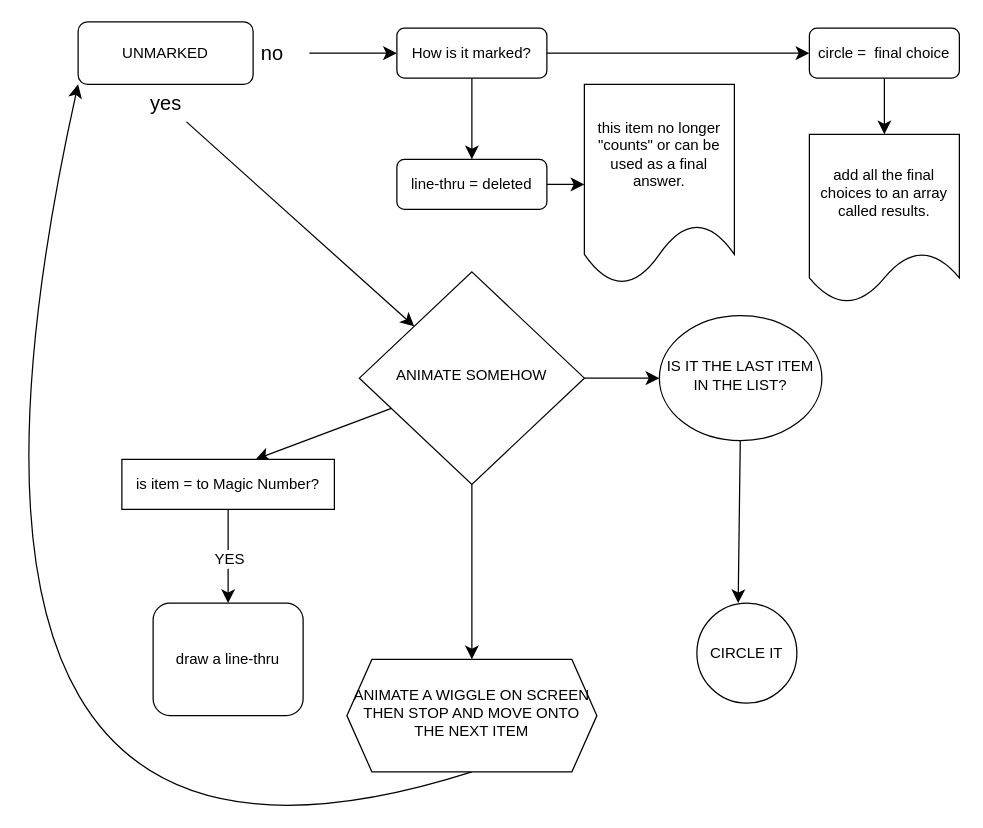
Above: Untitled Diagram.drawio in alicynchains/html-portfolio (draw.io), before the change. Source tidied: cells renumbered, new cells numbered last; positions are measured from the earlier drawing's top-left corner, leaving out a move shared by most shapes. Both pictures are drawn from the tidied source at 125%, with x=0, y=0 at pixel (-116, 21).
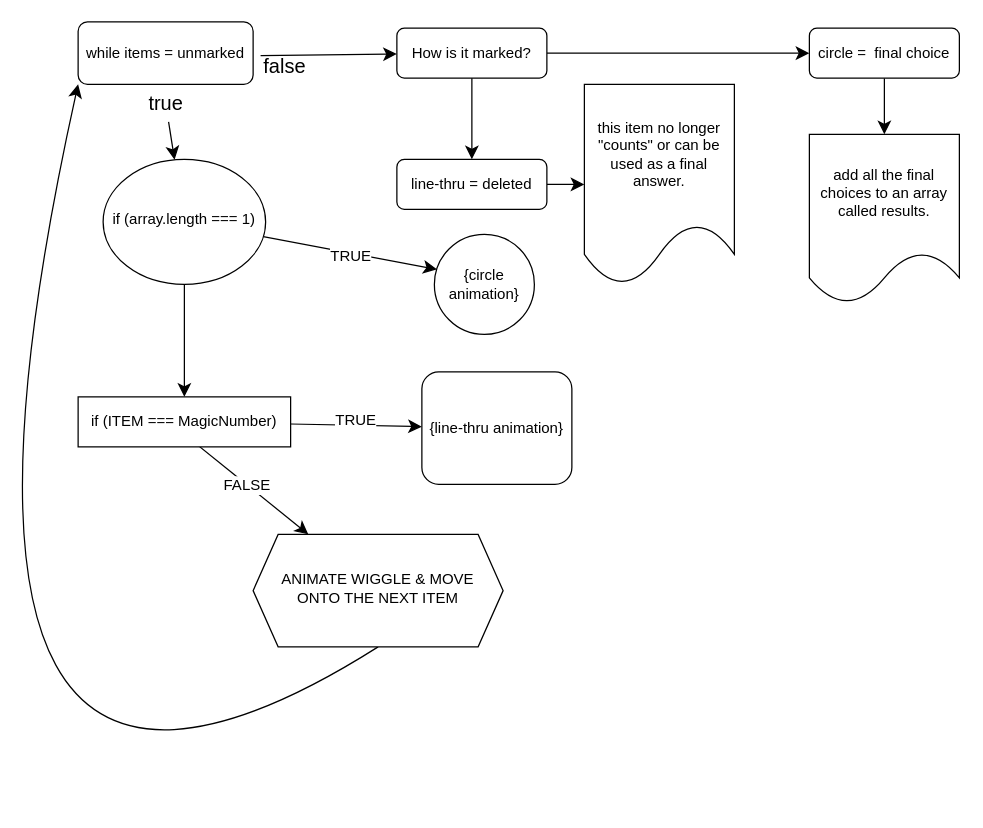
After the change.

The change refers to these unchanged cells:
```xml
<mxCell id="13" value="How is it marked?" style="rounded=1;whiteSpace=wrap;html=1;fontSize=12;glass=0;strokeWidth=1;shadow=0;" parent="1" vertex="1">
  <mxGeometry x="410" y="5" width="120" height="40" as="geometry" />
</mxCell>
<mxCell id="20" style="edgeStyle=none;curved=1;rounded=0;jettySize=auto;html=1;fontSize=12;startSize=8;endSize=8;" parent="1" edge="1" source="22" target="9">
  <mxGeometry relative="1" as="geometry" />
</mxCell>
```

The edit, as a diff of the source:
```diff
@@
-    <mxCell id="2" style="edgeStyle=none;curved=1;rounded=0;jettySize=auto;html=1;fontSize=12;startSize=8;endSize=8;" parent="1" edge="1" target="13">
-      <mxGeometry relative="1" as="geometry">
-        <mxPoint x="340" y="25" as="sourcePoint" />
-      </mxGeometry>
-    </mxCell>
-    <mxCell id="3" value="UNMARKED" style="rounded=1;whiteSpace=wrap;html=1;fontSize=12;glass=0;strokeWidth=1;shadow=0;" parent="1" vertex="1">
+    <mxCell id="3" value="while items = unmarked" style="rounded=1;whiteSpace=wrap;html=1;fontSize=12;glass=0;strokeWidth=1;shadow=0;" parent="1" vertex="1">
       <mxGeometry x="155" width="140" height="50" as="geometry" />
     </mxCell>
-    <mxCell id="4" style="edgeStyle=none;curved=1;rounded=0;jettySize=auto;html=1;fontSize=12;startSize=8;endSize=8;entryX=0.629;entryY=0;entryDx=0;entryDy=0;entryPerimeter=0;" parent="1" edge="1" source="7" target="22">
-      <mxGeometry relative="1" as="geometry" />
-    </mxCell>
-    <mxCell id="5" style="edgeStyle=none;curved=1;rounded=0;jettySize=auto;html=1;fontSize=12;startSize=8;endSize=8;" parent="1" edge="1" source="7" target="24">
-      <mxGeometry relative="1" as="geometry" />
-    </mxCell>
-    <mxCell id="6" style="edgeStyle=none;curved=1;rounded=0;jettySize=auto;html=1;fontSize=12;startSize=8;endSize=8;" parent="1" edge="1" source="7" target="28">
-      <mxGeometry relative="1" as="geometry" />
-    </mxCell>
-    <mxCell id="7" value="ANIMATE SOMEHOW" style="rhombus;whiteSpace=wrap;html=1;shadow=0;fontFamily=Helvetica;fontSize=12;align=center;strokeWidth=1;spacing=6;spacingTop=-4;" parent="1" vertex="1">
-      <mxGeometry x="380" y="200" width="180" height="170" as="geometry" />
-    </mxCell>
@@
-    <mxCell id="9" value="draw a line-thru" style="rounded=1;whiteSpace=wrap;html=1;fontSize=12;glass=0;strokeWidth=1;shadow=0;" parent="1" vertex="1">
-      <mxGeometry x="215" y="465" width="120" height="90" as="geometry" />
+    <mxCell id="9" value="{line-thru animation}" style="rounded=1;whiteSpace=wrap;html=1;fontSize=12;glass=0;strokeWidth=1;shadow=0;" parent="1" vertex="1">
+      <mxGeometry x="430" y="280" width="120" height="90" as="geometry" />
     </mxCell>
-    <mxCell id="10" style="edgeStyle=none;curved=1;rounded=0;jettySize=auto;html=1;fontSize=12;startSize=8;endSize=8;" parent="1" edge="1" source="11" target="7">
+    <mxCell id="10" style="edgeStyle=none;curved=1;rounded=0;jettySize=auto;html=1;fontSize=12;startSize=8;endSize=8;" parent="1" edge="1" source="11" target="24">
       <mxGeometry relative="1" as="geometry" />
     </mxCell>
-    <mxCell id="11" value="yes" style="text;html=1;align=center;verticalAlign=middle;points=[];strokeColor=none;fillColor=none;fontSize=16;" parent="1" vertex="1">
+    <mxCell id="11" value="true" style="text;html=1;align=center;verticalAlign=middle;points=[];strokeColor=none;fillColor=none;fontSize=16;" parent="1" vertex="1">
       <mxGeometry x="200" y="50" width="50" height="30" as="geometry" />
     </mxCell>
@@
+    <mxCell id="30" style="edgeStyle=none;curved=1;rounded=0;jettySize=auto;html=1;fontSize=12;startSize=8;endSize=8;exitX=0.183;exitY=0.233;exitDx=0;exitDy=0;exitPerimeter=0;" parent="1" edge="1" source="19" target="13">
+      <mxGeometry relative="1" as="geometry" />
+    </mxCell>
-    <mxCell id="19" value="no&lt;div&gt;&lt;br&gt;&lt;/div&gt;" style="text;html=1;align=center;verticalAlign=middle;points=[];strokeColor=none;fillColor=none;fontSize=16;" parent="1" vertex="1">
-      <mxGeometry x="290" y="10" width="40" height="50" as="geometry" />
+    <mxCell id="19" value="&lt;div&gt;false&lt;/div&gt;" style="text;html=1;align=center;verticalAlign=middle;points=[];strokeColor=none;fillColor=none;fontSize=16;" parent="1" vertex="1">
+      <mxGeometry x="290" y="20" width="60" height="30" as="geometry" />
     </mxCell>
+    <mxCell id="31" style="edgeStyle=none;curved=1;rounded=0;jettySize=auto;html=1;fontSize=12;startSize=8;endSize=8;exitX=0.75;exitY=1;exitDx=0;exitDy=0;" parent="1" edge="1" target="28">
+      <mxGeometry relative="1" as="geometry">
+        <mxPoint x="240" y="330" as="sourcePoint" />
+      </mxGeometry>
+    </mxCell>
+    <mxCell id="32" value="FALSE" style="edgeLabel;html=1;align=center;verticalAlign=middle;fontSize=12;" parent="31" vertex="1">
+      <mxGeometry y="-1" relative="1" as="geometry" />
+    </mxCell>
@@
-    <mxCell id="21" value="YES" style="edgeLabel;html=1;align=center;verticalAlign=middle;fontSize=12;" parent="20" vertex="1">
-      <mxGeometry x="0.05" relative="1" as="geometry" />
-    </mxCell>
+    <mxCell id="33" value="TRUE" style="edgeLabel;html=1;align=center;verticalAlign=middle;fontSize=12;" parent="20" vertex="1">
+      <mxGeometry x="-0.03" y="4" relative="1" as="geometry" />
+    </mxCell>
-    <mxCell id="22" value="&lt;span style=&quot;text-wrap: nowrap; background-color: rgb(255, 255, 255);&quot;&gt;is item = to Magic Number?&lt;/span&gt;" style="rounded=0;whiteSpace=wrap;html=1;" parent="1" vertex="1">
-      <mxGeometry x="190" y="350" width="170" height="40" as="geometry" />
+    <mxCell id="22" value="&lt;span style=&quot;text-wrap: nowrap; background-color: rgb(255, 255, 255);&quot;&gt;if (ITEM === MagicNumber)&lt;/span&gt;" style="rounded=0;whiteSpace=wrap;html=1;" parent="1" vertex="1">
+      <mxGeometry x="155" y="300" width="170" height="40" as="geometry" />
     </mxCell>
-    <mxCell id="23" style="edgeStyle=none;curved=1;rounded=0;jettySize=auto;html=1;fontSize=12;startSize=8;endSize=8;entryX=0.413;entryY=0;entryDx=0;entryDy=0;entryPerimeter=0;" parent="1" edge="1" source="24" target="25">
+    <mxCell id="23" style="edgeStyle=none;curved=1;rounded=0;jettySize=auto;html=1;fontSize=12;startSize=8;endSize=8;entryX=0.025;entryY=0.35;entryDx=0;entryDy=0;entryPerimeter=0;" parent="1" edge="1" source="24" target="25">
       <mxGeometry relative="1" as="geometry" />
     </mxCell>
+    <mxCell id="34" value="TRUE" style="edgeLabel;html=1;align=center;verticalAlign=middle;fontSize=12;" parent="23" vertex="1">
+      <mxGeometry y="-3" relative="1" as="geometry" />
+    </mxCell>
+    <mxCell id="35" style="edgeStyle=none;curved=1;rounded=0;jettySize=auto;html=1;fontSize=12;startSize=8;endSize=8;" parent="1" edge="1" source="24" target="22">
+      <mxGeometry relative="1" as="geometry" />
+    </mxCell>
-    <mxCell id="24" value="IS IT THE LAST ITEM IN THE LIST?" style="ellipse;whiteSpace=wrap;html=1;shadow=0;strokeWidth=1;spacing=6;spacingTop=-4;" parent="1" vertex="1">
-      <mxGeometry x="620" y="235" width="130" height="100" as="geometry" />
+    <mxCell id="24" value="if (array.length === 1)" style="ellipse;whiteSpace=wrap;html=1;shadow=0;strokeWidth=1;spacing=6;spacingTop=-4;" parent="1" vertex="1">
+      <mxGeometry x="175" y="110" width="130" height="100" as="geometry" />
     </mxCell>
-    <mxCell id="25" value="CIRCLE IT" style="ellipse;whiteSpace=wrap;html=1;" parent="1" vertex="1">
-      <mxGeometry x="650" y="465" width="80" height="80" as="geometry" />
+    <mxCell id="25" value="{circle animation}" style="ellipse;whiteSpace=wrap;html=1;" parent="1" vertex="1">
+      <mxGeometry x="440" y="170" width="80" height="80" as="geometry" />
     </mxCell>
@@
-    <mxCell id="28" value="ANIMATE A WIGGLE ON SCREEN THEN STOP AND MOVE ONTO THE NEXT ITEM" style="shape=hexagon;perimeter=hexagonPerimeter2;whiteSpace=wrap;html=1;fixedSize=1;shadow=0;strokeWidth=1;spacing=6;spacingTop=-4;" parent="1" vertex="1">
-      <mxGeometry x="370" y="510" width="200" height="90" as="geometry" />
+    <mxCell id="28" value="ANIMATE WIGGLE &amp;amp; MOVE ONTO THE NEXT ITEM" style="shape=hexagon;perimeter=hexagonPerimeter2;whiteSpace=wrap;html=1;fixedSize=1;shadow=0;strokeWidth=1;spacing=6;spacingTop=-4;" parent="1" vertex="1">
+      <mxGeometry x="295" y="410" width="200" height="90" as="geometry" />
     </mxCell>
```
